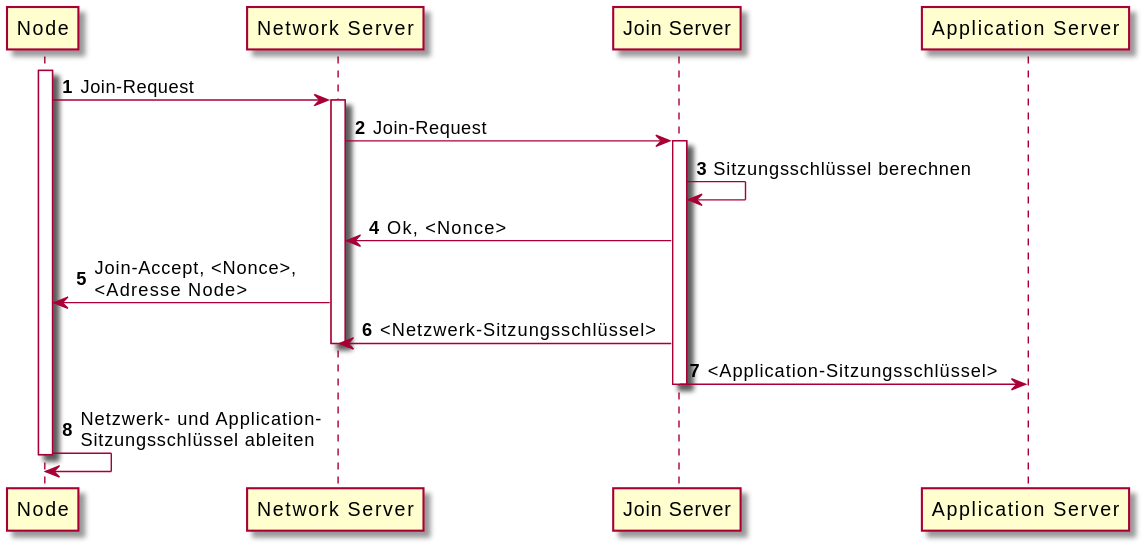
Above: images/lorawan-OTAA.svg in Salaml/sensor-networks (PlantUML), before the change. Source of this version:
```plantuml
@startuml
participant Node
participant "Network Server" as Network
participant "Join Server" as Join
participant "Application Server" as App

autonumber
activate Node
Node-> Network: Join-Request
activate Network
Network -> Join: Join-Request
activate Join
Join -> Join: Sitzungsschlüssel berechnen
Join -> Network: Ok, <Nonce>
Network -> Node: Join-Accept, <Nonce>, \n<Adresse Node>
Join -> Network: <Netzwerk-Sitzungsschlüssel>
deactivate Network
Join -> App: <Application-Sitzungsschlüssel>
deactivate Join
Node -> Node: Netzwerk- und Application-\nSitzungsschlüssel ableiten
deactivate Node
@enduml
```
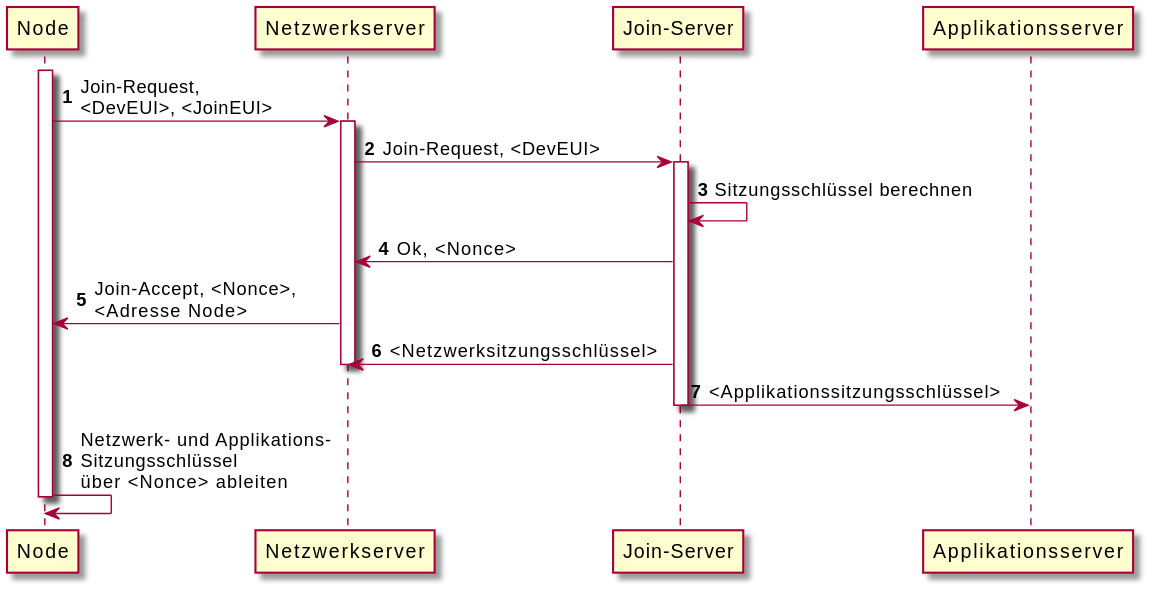
The same diagram one commit later.

Commit message:
update OTAA diagram

Diff of the diagram source:
```diff
@@ -1,22 +1,22 @@
 @startuml
 participant Node
-participant "Network Server" as Network
-participant "Join Server" as Join
-participant "Application Server" as App
+participant "Netzwerkserver" as Network
+participant "Join-Server" as Join
+participant "Applikationsserver" as App
 
 autonumber
 activate Node
-Node-> Network: Join-Request
+Node-> Network: Join-Request,\n<DevEUI>, <JoinEUI>
 activate Network
-Network -> Join: Join-Request
+Network -> Join: Join-Request, <DevEUI>
 activate Join
 Join -> Join: Sitzungsschlüssel berechnen
 Join -> Network: Ok, <Nonce>
 Network -> Node: Join-Accept, <Nonce>, \n<Adresse Node>
-Join -> Network: <Netzwerk-Sitzungsschlüssel>
+Join -> Network: <Netzwerksitzungsschlüssel>
 deactivate Network
-Join -> App: <Application-Sitzungsschlüssel>
+Join -> App: <Applikationssitzungsschlüssel>
 deactivate Join
-Node -> Node: Netzwerk- und Application-\nSitzungsschlüssel ableiten
+Node -> Node: Netzwerk- und Applikations-\nSitzungsschlüssel\nüber <Nonce> ableiten
 deactivate Node
 @enduml
```
